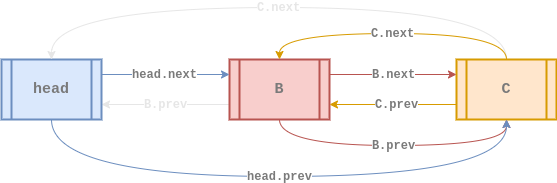
euisblue/vue-blog keeps this draw.io diagram as assets/data-structure/linked-list/cll-doubly-remove-at1.png. Above is the earlier version. Source tidied: cells renumbered, new cells last; positions are measured from the earlier drawing's top-left corner, leaving out a move shared by most shapes. Source of this version:
```xml
<mxGraphModel>
  <root>
    <mxCell id="0" />
    <mxCell id="1" parent="0" />
    <mxCell id="2" value="&lt;b style=&quot;font-family: &amp;#34;courier new&amp;#34;&quot;&gt;&lt;font style=&quot;font-size: 12px&quot; color=&quot;#e6e6e6&quot;&gt;B.prev&lt;/font&gt;&lt;/b&gt;" style="rounded=0;jettySize=auto;html=1;exitX=0;exitY=0.75;exitDx=0;exitDy=0;entryX=1;entryY=0.75;entryDx=0;entryDy=0;strokeWidth=1;fillColor=#f5f5f5;strokeColor=#E6E6E6;" parent="1" edge="1" source="4" target="6">
      <mxGeometry relative="1" as="geometry" />
    </mxCell>
    <mxCell id="3" value="&lt;b style=&quot;color: rgb(122 , 122 , 122) ; font-family: &amp;#34;courier new&amp;#34; ; font-size: 12px ; font-style: normal ; letter-spacing: normal ; text-align: center ; text-indent: 0px ; text-transform: none ; word-spacing: 0px ; background-color: rgb(255 , 255 , 255)&quot;&gt;B.prev&lt;/b&gt;" style="edgeStyle=orthogonalEdgeStyle;curved=1;rounded=0;sketch=0;jettySize=auto;html=1;exitX=0.5;exitY=1;exitDx=0;exitDy=0;entryX=0.5;entryY=1;entryDx=0;entryDy=0;strokeColor=#b85450;strokeWidth=1;fillColor=#f8cecc;" parent="1" edge="1" source="4" target="9">
      <mxGeometry relative="1" as="geometry">
        <Array as="points">
          <mxPoint x="278" y="138" />
          <mxPoint x="505" y="138" />
        </Array>
      </mxGeometry>
    </mxCell>
    <mxCell id="4" value="&lt;b&gt;&lt;font style=&quot;font-size: 15px&quot; face=&quot;Courier New&quot; color=&quot;#7a7a7a&quot;&gt;B&lt;/font&gt;&lt;/b&gt;" style="shape=process;whiteSpace=wrap;html=1;backgroundOutline=1;fillColor=#f8cecc;strokeColor=#b85450;gradientDirection=east;strokeWidth=2;shadow=0;glass=0;sketch=0;" parent="1" vertex="1">
      <mxGeometry x="228" y="52" width="100" height="60" as="geometry" />
    </mxCell>
    <mxCell id="5" value="&lt;b style=&quot;font-size: 11px ; font-style: normal ; letter-spacing: normal ; text-align: center ; text-indent: 0px ; text-transform: none ; word-spacing: 0px ; font-family: &amp;#34;courier new&amp;#34;&quot;&gt;&lt;font style=&quot;font-size: 12px&quot; color=&quot;#7a7a7a&quot;&gt;head.next&lt;/font&gt;&lt;/b&gt;" style="edgeStyle=orthogonalEdgeStyle;curved=1;rounded=0;sketch=0;jettySize=auto;html=1;exitX=1;exitY=0.25;exitDx=0;exitDy=0;entryX=0;entryY=0.25;entryDx=0;entryDy=0;strokeColor=#6c8ebf;strokeWidth=1;fillColor=#dae8fc;" parent="1" edge="1" source="6" target="4">
      <mxGeometry x="-0.01" relative="1" as="geometry">
        <Array as="points">
          <mxPoint x="176" y="67" />
          <mxPoint x="176" y="67" />
        </Array>
      </mxGeometry>
    </mxCell>
    <mxCell id="6" value="&lt;div&gt;&lt;font color=&quot;#7a7a7a&quot; face=&quot;courier new&quot; style=&quot;font-size: 15px&quot;&gt;head&lt;/font&gt;&lt;/div&gt;" style="shape=process;whiteSpace=wrap;html=1;backgroundOutline=1;fillColor=#dae8fc;strokeColor=#6c8ebf;gradientDirection=east;strokeWidth=2;shadow=0;glass=0;align=center;sketch=0;fontStyle=1;" parent="1" vertex="1">
      <mxGeometry y="52" width="100" height="60" as="geometry" />
    </mxCell>
    <mxCell id="7" value="&lt;font color=&quot;#7a7a7a&quot; face=&quot;courier new&quot;&gt;&lt;span style=&quot;font-size: 12px&quot;&gt;&lt;b&gt;C.prev&lt;/b&gt;&lt;/span&gt;&lt;/font&gt;" style="edgeStyle=orthogonalEdgeStyle;curved=1;rounded=0;jettySize=auto;html=1;exitX=0;exitY=0.75;exitDx=0;exitDy=0;entryX=1;entryY=0.75;entryDx=0;entryDy=0;strokeColor=#d79b00;strokeWidth=1;fillColor=#ffe6cc;" parent="1" edge="1" source="9" target="4">
      <mxGeometry x="-0.06" relative="1" as="geometry" />
    </mxCell>
    <mxCell id="8" value="&lt;font face=&quot;courier new&quot; color=&quot;#e6e6e6&quot;&gt;&lt;span style=&quot;font-size: 12px&quot;&gt;&lt;b&gt;C.next&lt;/b&gt;&lt;/span&gt;&lt;/font&gt;" style="edgeStyle=orthogonalEdgeStyle;curved=1;rounded=0;sketch=0;jettySize=auto;html=1;exitX=0.5;exitY=0;exitDx=0;exitDy=0;entryX=0.5;entryY=0;entryDx=0;entryDy=0;strokeWidth=1;fillColor=#ffe6cc;strokeColor=#E6E6E6;" parent="1" edge="1" source="9" target="6">
      <mxGeometry relative="1" as="geometry">
        <Array as="points">
          <mxPoint x="505" />
          <mxPoint x="50" />
        </Array>
      </mxGeometry>
    </mxCell>
    <mxCell id="9" value="&lt;div&gt;&lt;font color=&quot;#7a7a7a&quot; face=&quot;courier new&quot; size=&quot;1&quot;&gt;&lt;b style=&quot;font-size: 15px&quot;&gt;C&lt;/b&gt;&lt;/font&gt;&lt;/div&gt;" style="shape=process;whiteSpace=wrap;html=1;backgroundOutline=1;fillColor=#ffe6cc;strokeColor=#d79b00;gradientDirection=east;strokeWidth=2;shadow=0;glass=0;align=center;sketch=0;" parent="1" vertex="1">
      <mxGeometry x="455" y="52" width="100" height="60" as="geometry" />
    </mxCell>
    <mxCell id="10" value="&lt;font face=&quot;Courier New&quot; color=&quot;#7a7a7a&quot; size=&quot;1&quot;&gt;&lt;b style=&quot;font-size: 12px&quot;&gt;B.next&lt;/b&gt;&lt;/font&gt;" style="rounded=0;jettySize=auto;html=1;exitX=1;exitY=0.25;exitDx=0;exitDy=0;endArrow=classic;endFill=1;strokeColor=#b85450;strokeWidth=1;entryX=0;entryY=0.25;entryDx=0;entryDy=0;fillColor=#f8cecc;" parent="1" edge="1" source="4" target="9">
      <mxGeometry x="0.01" relative="1" as="geometry" />
    </mxCell>
    <mxCell id="11" value="&lt;b style=&quot;font-size: 11px ; font-style: normal ; letter-spacing: normal ; text-align: center ; text-indent: 0px ; text-transform: none ; word-spacing: 0px ; font-family: &amp;#34;courier new&amp;#34;&quot;&gt;&lt;font style=&quot;font-size: 12px&quot; color=&quot;#7a7a7a&quot;&gt;head.prev&lt;/font&gt;&lt;/b&gt;" style="edgeStyle=orthogonalEdgeStyle;curved=1;rounded=0;sketch=0;jettySize=auto;html=1;exitX=0.5;exitY=1;exitDx=0;exitDy=0;entryX=0.5;entryY=1;entryDx=0;entryDy=0;strokeWidth=1;strokeColor=#6c8ebf;fillColor=#dae8fc;" parent="1" edge="1" source="6" target="9">
      <mxGeometry relative="1" as="geometry">
        <Array as="points">
          <mxPoint x="50" y="169" />
          <mxPoint x="505" y="169" />
        </Array>
      </mxGeometry>
    </mxCell>
    <mxCell id="12" value="&lt;font color=&quot;#7a7a7a&quot; face=&quot;courier new&quot;&gt;&lt;span style=&quot;font-size: 12px&quot;&gt;&lt;b&gt;C.next&lt;/b&gt;&lt;/span&gt;&lt;/font&gt;" style="edgeStyle=orthogonalEdgeStyle;curved=1;rounded=0;sketch=0;jettySize=auto;html=1;exitX=0.5;exitY=0;exitDx=0;exitDy=0;entryX=0.5;entryY=0;entryDx=0;entryDy=0;strokeWidth=1;strokeColor=#d79b00;fillColor=#ffe6cc;" parent="1" edge="1" source="9" target="4">
      <mxGeometry relative="1" as="geometry">
        <Array as="points">
          <mxPoint x="505" y="26" />
          <mxPoint x="278" y="26" />
        </Array>
      </mxGeometry>
    </mxCell>
  </root>
</mxGraphModel>
```
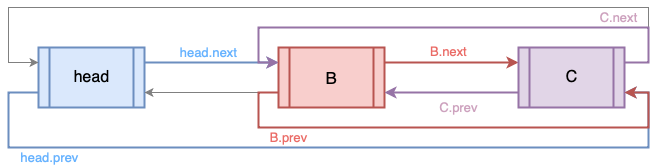
After the commit.

Change to the diagram source:
```diff
@@ -2,61 +2,86 @@
   <root>
     <mxCell id="0" />
     <mxCell id="1" parent="0" />
-    <mxCell id="2" value="&lt;b style=&quot;font-family: &amp;#34;courier new&amp;#34;&quot;&gt;&lt;font style=&quot;font-size: 12px&quot; color=&quot;#e6e6e6&quot;&gt;B.prev&lt;/font&gt;&lt;/b&gt;" style="rounded=0;jettySize=auto;html=1;exitX=0;exitY=0.75;exitDx=0;exitDy=0;entryX=1;entryY=0.75;entryDx=0;entryDy=0;strokeWidth=1;fillColor=#f5f5f5;strokeColor=#E6E6E6;" parent="1" edge="1" source="4" target="6">
-      <mxGeometry relative="1" as="geometry" />
+    <mxCell id="2" value="&lt;font color=&quot;#66b2ff&quot; size=&quot;2&quot;&gt;&lt;span&gt;head.next&lt;/span&gt;&lt;/font&gt;" style="edgeStyle=orthogonalEdgeStyle;rounded=0;jettySize=auto;html=1;exitX=1;exitY=0.25;exitDx=0;exitDy=0;entryX=0;entryY=0.25;entryDx=0;entryDy=0;fillColor=#dae8fc;strokeColor=#6c8ebf;strokeWidth=2;labelBackgroundColor=none;labelBorderColor=none;fontFamily=Helvetica;" parent="1" edge="1" source="4" target="7">
+      <mxGeometry x="-0.04" y="10" relative="1" as="geometry">
+        <Array as="points">
+          <mxPoint x="408" y="67" />
+          <mxPoint x="408" y="67" />
+        </Array>
+      </mxGeometry>
     </mxCell>
-    <mxCell id="3" value="&lt;b style=&quot;color: rgb(122 , 122 , 122) ; font-family: &amp;#34;courier new&amp;#34; ; font-size: 12px ; font-style: normal ; letter-spacing: normal ; text-align: center ; text-indent: 0px ; text-transform: none ; word-spacing: 0px ; background-color: rgb(255 , 255 , 255)&quot;&gt;B.prev&lt;/b&gt;" style="edgeStyle=orthogonalEdgeStyle;curved=1;rounded=0;sketch=0;jettySize=auto;html=1;exitX=0.5;exitY=1;exitDx=0;exitDy=0;entryX=0.5;entryY=1;entryDx=0;entryDy=0;strokeColor=#b85450;strokeWidth=1;fillColor=#f8cecc;" parent="1" edge="1" source="4" target="9">
-      <mxGeometry relative="1" as="geometry">
+    <mxCell id="3" value="&lt;span style=&quot;color: rgb(102 , 178 , 255) ; font-size: small&quot;&gt;head.prev&lt;/span&gt;" style="edgeStyle=orthogonalEdgeStyle;rounded=0;jettySize=auto;html=1;exitX=0;exitY=0.75;exitDx=0;exitDy=0;entryX=1;entryY=0.75;entryDx=0;entryDy=0;labelBackgroundColor=none;strokeColor=#6c8ebf;strokeWidth=2;fontFamily=Helvetica;fontColor=#666666;align=center;fillColor=#dae8fc;" parent="1" edge="1" source="4" target="11">
+      <mxGeometry x="-0.69" y="-10" relative="1" as="geometry">
         <Array as="points">
-          <mxPoint x="278" y="138" />
-          <mxPoint x="505" y="138" />
+          <mxPoint x="198" y="97" />
+          <mxPoint x="198" y="152" />
+          <mxPoint x="838" y="152" />
+          <mxPoint x="838" y="97" />
         </Array>
       </mxGeometry>
     </mxCell>
-    <mxCell id="4" value="&lt;b&gt;&lt;font style=&quot;font-size: 15px&quot; face=&quot;Courier New&quot; color=&quot;#7a7a7a&quot;&gt;B&lt;/font&gt;&lt;/b&gt;" style="shape=process;whiteSpace=wrap;html=1;backgroundOutline=1;fillColor=#f8cecc;strokeColor=#b85450;gradientDirection=east;strokeWidth=2;shadow=0;glass=0;sketch=0;" parent="1" vertex="1">
-      <mxGeometry x="228" y="52" width="100" height="60" as="geometry" />
+    <mxCell id="4" value="&lt;font&gt;&lt;font size=&quot;3&quot;&gt;head&lt;/font&gt;&lt;br&gt;&lt;/font&gt;" style="shape=process;whiteSpace=wrap;html=1;backgroundOutline=1;strokeWidth=2;fillColor=#dae8fc;strokeColor=#6c8ebf;fontStyle=0;fontFamily=Helvetica;fontSize=14;labelBackgroundColor=none;labelBorderColor=none;" parent="1" vertex="1">
+      <mxGeometry x="228" y="52" width="106" height="60" as="geometry" />
     </mxCell>
-    <mxCell id="5" value="&lt;b style=&quot;font-size: 11px ; font-style: normal ; letter-spacing: normal ; text-align: center ; text-indent: 0px ; text-transform: none ; word-spacing: 0px ; font-family: &amp;#34;courier new&amp;#34;&quot;&gt;&lt;font style=&quot;font-size: 12px&quot; color=&quot;#7a7a7a&quot;&gt;head.next&lt;/font&gt;&lt;/b&gt;" style="edgeStyle=orthogonalEdgeStyle;curved=1;rounded=0;sketch=0;jettySize=auto;html=1;exitX=1;exitY=0.25;exitDx=0;exitDy=0;entryX=0;entryY=0.25;entryDx=0;entryDy=0;strokeColor=#6c8ebf;strokeWidth=1;fillColor=#dae8fc;" parent="1" edge="1" source="6" target="4">
-      <mxGeometry x="-0.01" relative="1" as="geometry">
+    <mxCell id="5" value="&lt;font color=&quot;#ea6b66&quot; style=&quot;font-size: 13px ; line-height: 95%&quot;&gt;B.next&lt;/font&gt;" style="edgeStyle=orthogonalEdgeStyle;rounded=0;jettySize=auto;html=1;exitX=1;exitY=0.25;exitDx=0;exitDy=0;entryX=0;entryY=0.25;entryDx=0;entryDy=0;fillColor=#f8cecc;strokeColor=#b85450;strokeWidth=2;labelBackgroundColor=none;labelBorderColor=none;fontFamily=Helvetica;align=center;" parent="1" edge="1" source="7" target="11">
+      <mxGeometry x="-0.04" y="10" relative="1" as="geometry">
         <Array as="points">
-          <mxPoint x="176" y="67" />
-          <mxPoint x="176" y="67" />
+          <mxPoint x="648" y="67" />
+          <mxPoint x="648" y="67" />
         </Array>
       </mxGeometry>
     </mxCell>
-    <mxCell id="6" value="&lt;div&gt;&lt;font color=&quot;#7a7a7a&quot; face=&quot;courier new&quot; style=&quot;font-size: 15px&quot;&gt;head&lt;/font&gt;&lt;/div&gt;" style="shape=process;whiteSpace=wrap;html=1;backgroundOutline=1;fillColor=#dae8fc;strokeColor=#6c8ebf;gradientDirection=east;strokeWidth=2;shadow=0;glass=0;align=center;sketch=0;fontStyle=1;" parent="1" vertex="1">
-      <mxGeometry y="52" width="100" height="60" as="geometry" />
+    <mxCell id="6" value="&lt;span style=&quot;color: rgb(234, 107, 102); font-family: helvetica; font-size: 13px; font-style: normal; font-weight: normal; letter-spacing: normal; text-align: center; text-indent: 0px; text-transform: none; word-spacing: 0px; text-decoration: none; display: inline; float: none;&quot;&gt;B.prev&lt;/span&gt;" style="edgeStyle=orthogonalEdgeStyle;rounded=0;jettySize=auto;html=1;exitX=0;exitY=0.75;exitDx=0;exitDy=0;entryX=1;entryY=0.75;entryDx=0;entryDy=0;labelBackgroundColor=none;strokeWidth=1;fontFamily=Helvetica;fontColor=#666666;align=center;fillColor=#f8cecc;strokeColor=#808080;" parent="1" edge="1" source="7" target="4">
+      <mxGeometry x="0.04" y="92" relative="1" as="geometry">
+        <Array as="points">
+          <mxPoint x="398" y="97" />
+          <mxPoint x="398" y="97" />
+        </Array>
+        <mxPoint x="80" y="-47" as="offset" />
+      </mxGeometry>
     </mxCell>
-    <mxCell id="7" value="&lt;font color=&quot;#7a7a7a&quot; face=&quot;courier new&quot;&gt;&lt;span style=&quot;font-size: 12px&quot;&gt;&lt;b&gt;C.prev&lt;/b&gt;&lt;/span&gt;&lt;/font&gt;" style="edgeStyle=orthogonalEdgeStyle;curved=1;rounded=0;jettySize=auto;html=1;exitX=0;exitY=0.75;exitDx=0;exitDy=0;entryX=1;entryY=0.75;entryDx=0;entryDy=0;strokeColor=#d79b00;strokeWidth=1;fillColor=#ffe6cc;" parent="1" edge="1" source="9" target="4">
-      <mxGeometry x="-0.06" relative="1" as="geometry" />
+    <mxCell id="7" value="&lt;font&gt;&lt;font style=&quot;font-size: 17px&quot;&gt;B&lt;/font&gt;&lt;br&gt;&lt;/font&gt;" style="shape=process;whiteSpace=wrap;html=1;backgroundOutline=1;strokeWidth=2;fillColor=#f8cecc;strokeColor=#b85450;fontStyle=0;fontFamily=Helvetica;fontSize=14;labelBackgroundColor=none;labelBorderColor=none;" parent="1" vertex="1">
+      <mxGeometry x="468" y="52" width="106" height="60" as="geometry" />
     </mxCell>
-    <mxCell id="8" value="&lt;font face=&quot;courier new&quot; color=&quot;#e6e6e6&quot;&gt;&lt;span style=&quot;font-size: 12px&quot;&gt;&lt;b&gt;C.next&lt;/b&gt;&lt;/span&gt;&lt;/font&gt;" style="edgeStyle=orthogonalEdgeStyle;curved=1;rounded=0;sketch=0;jettySize=auto;html=1;exitX=0.5;exitY=0;exitDx=0;exitDy=0;entryX=0.5;entryY=0;entryDx=0;entryDy=0;strokeWidth=1;fillColor=#ffe6cc;strokeColor=#E6E6E6;" parent="1" edge="1" source="9" target="6">
-      <mxGeometry relative="1" as="geometry">
+    <mxCell id="8" value="&lt;font color=&quot;#cda2be&quot; face=&quot;helvetica&quot; size=&quot;2&quot;&gt;&lt;span&gt;C.next&lt;/span&gt;&lt;/font&gt;" style="edgeStyle=orthogonalEdgeStyle;rounded=0;jettySize=auto;html=1;exitX=1;exitY=0.25;exitDx=0;exitDy=0;labelBackgroundColor=none;strokeWidth=1;fontFamily=Helvetica;fontColor=#666666;align=center;fillColor=#e1d5e7;entryX=0;entryY=0.25;entryDx=0;entryDy=0;strokeColor=#808080;" parent="1" edge="1" source="11" target="4">
+      <mxGeometry x="-0.73" y="10" relative="1" as="geometry">
         <Array as="points">
-          <mxPoint x="505" />
-          <mxPoint x="50" />
+          <mxPoint x="838" y="67" />
+          <mxPoint x="838" y="12" />
+          <mxPoint x="198" y="12" />
+          <mxPoint x="198" y="67" />
         </Array>
       </mxGeometry>
     </mxCell>
-    <mxCell id="9" value="&lt;div&gt;&lt;font color=&quot;#7a7a7a&quot; face=&quot;courier new&quot; size=&quot;1&quot;&gt;&lt;b style=&quot;font-size: 15px&quot;&gt;C&lt;/b&gt;&lt;/font&gt;&lt;/div&gt;" style="shape=process;whiteSpace=wrap;html=1;backgroundOutline=1;fillColor=#ffe6cc;strokeColor=#d79b00;gradientDirection=east;strokeWidth=2;shadow=0;glass=0;align=center;sketch=0;" parent="1" vertex="1">
-      <mxGeometry x="455" y="52" width="100" height="60" as="geometry" />
+    <mxCell id="9" value="&lt;span style=&quot;color: rgb(205, 162, 190); font-family: helvetica; font-size: small; font-style: normal; font-weight: normal; letter-spacing: normal; text-align: center; text-indent: 0px; text-transform: none; word-spacing: 0px; text-decoration: none; display: inline; float: none;&quot;&gt;C.prev&lt;/span&gt;" style="edgeStyle=orthogonalEdgeStyle;rounded=0;jettySize=auto;html=1;exitX=0;exitY=0.75;exitDx=0;exitDy=0;entryX=1;entryY=0.75;entryDx=0;entryDy=0;labelBackgroundColor=none;strokeColor=#9673a6;strokeWidth=2;fontFamily=Helvetica;fontColor=#666666;align=center;fillColor=#e1d5e7;" parent="1" edge="1" source="11" target="7">
+      <mxGeometry x="0.04" y="18" relative="1" as="geometry">
+        <Array as="points">
+          <mxPoint x="638" y="97" />
+          <mxPoint x="638" y="97" />
+        </Array>
+        <mxPoint x="10" y="-3" as="offset" />
+      </mxGeometry>
     </mxCell>
-    <mxCell id="10" value="&lt;font face=&quot;Courier New&quot; color=&quot;#7a7a7a&quot; size=&quot;1&quot;&gt;&lt;b style=&quot;font-size: 12px&quot;&gt;B.next&lt;/b&gt;&lt;/font&gt;" style="rounded=0;jettySize=auto;html=1;exitX=1;exitY=0.25;exitDx=0;exitDy=0;endArrow=classic;endFill=1;strokeColor=#b85450;strokeWidth=1;entryX=0;entryY=0.25;entryDx=0;entryDy=0;fillColor=#f8cecc;" parent="1" edge="1" source="4" target="9">
-      <mxGeometry x="0.01" relative="1" as="geometry" />
+    <mxCell id="10" style="edgeStyle=orthogonalEdgeStyle;rounded=0;jettySize=auto;html=1;exitX=1;exitY=0.25;exitDx=0;exitDy=0;entryX=0;entryY=0.25;entryDx=0;entryDy=0;labelBackgroundColor=none;strokeColor=#9673a6;strokeWidth=2;fontFamily=Helvetica;fontColor=#666666;align=center;fillColor=#e1d5e7;" parent="1" edge="1" source="11" target="7">
+      <mxGeometry relative="1" as="geometry">
+        <Array as="points">
+          <mxPoint x="838" y="67" />
+          <mxPoint x="838" y="32" />
+          <mxPoint x="448" y="32" />
+          <mxPoint x="448" y="67" />
+        </Array>
+      </mxGeometry>
     </mxCell>
-    <mxCell id="11" value="&lt;b style=&quot;font-size: 11px ; font-style: normal ; letter-spacing: normal ; text-align: center ; text-indent: 0px ; text-transform: none ; word-spacing: 0px ; font-family: &amp;#34;courier new&amp;#34;&quot;&gt;&lt;font style=&quot;font-size: 12px&quot; color=&quot;#7a7a7a&quot;&gt;head.prev&lt;/font&gt;&lt;/b&gt;" style="edgeStyle=orthogonalEdgeStyle;curved=1;rounded=0;sketch=0;jettySize=auto;html=1;exitX=0.5;exitY=1;exitDx=0;exitDy=0;entryX=0.5;entryY=1;entryDx=0;entryDy=0;strokeWidth=1;strokeColor=#6c8ebf;fillColor=#dae8fc;" parent="1" edge="1" source="6" target="9">
-      <mxGeometry relative="1" as="geometry">
-        <Array as="points">
-          <mxPoint x="50" y="169" />
-          <mxPoint x="505" y="169" />
-        </Array>
-      </mxGeometry>
+    <mxCell id="11" value="&lt;font&gt;&lt;font size=&quot;3&quot;&gt;C&lt;/font&gt;&lt;br&gt;&lt;/font&gt;" style="shape=process;whiteSpace=wrap;html=1;backgroundOutline=1;strokeWidth=2;fillColor=#e1d5e7;strokeColor=#9673a6;fontStyle=0;fontFamily=Helvetica;fontSize=14;labelBackgroundColor=none;labelBorderColor=none;" parent="1" vertex="1">
+      <mxGeometry x="708" y="52" width="106" height="60" as="geometry" />
     </mxCell>
-    <mxCell id="12" value="&lt;font color=&quot;#7a7a7a&quot; face=&quot;courier new&quot;&gt;&lt;span style=&quot;font-size: 12px&quot;&gt;&lt;b&gt;C.next&lt;/b&gt;&lt;/span&gt;&lt;/font&gt;" style="edgeStyle=orthogonalEdgeStyle;curved=1;rounded=0;sketch=0;jettySize=auto;html=1;exitX=0.5;exitY=0;exitDx=0;exitDy=0;entryX=0.5;entryY=0;entryDx=0;entryDy=0;strokeWidth=1;strokeColor=#d79b00;fillColor=#ffe6cc;" parent="1" edge="1" source="9" target="4">
+    <mxCell id="12" style="edgeStyle=orthogonalEdgeStyle;rounded=0;jettySize=auto;html=1;exitX=0;exitY=0.75;exitDx=0;exitDy=0;entryX=1;entryY=0.75;entryDx=0;entryDy=0;labelBackgroundColor=none;strokeColor=#b85450;strokeWidth=2;fontFamily=Helvetica;fontColor=#666666;align=center;fillColor=#f8cecc;" parent="1" edge="1" source="7" target="11">
       <mxGeometry relative="1" as="geometry">
         <Array as="points">
-          <mxPoint x="505" y="26" />
-          <mxPoint x="278" y="26" />
+          <mxPoint x="448" y="97" />
+          <mxPoint x="448" y="132" />
+          <mxPoint x="838" y="132" />
+          <mxPoint x="838" y="97" />
         </Array>
       </mxGeometry>
     </mxCell>
```
